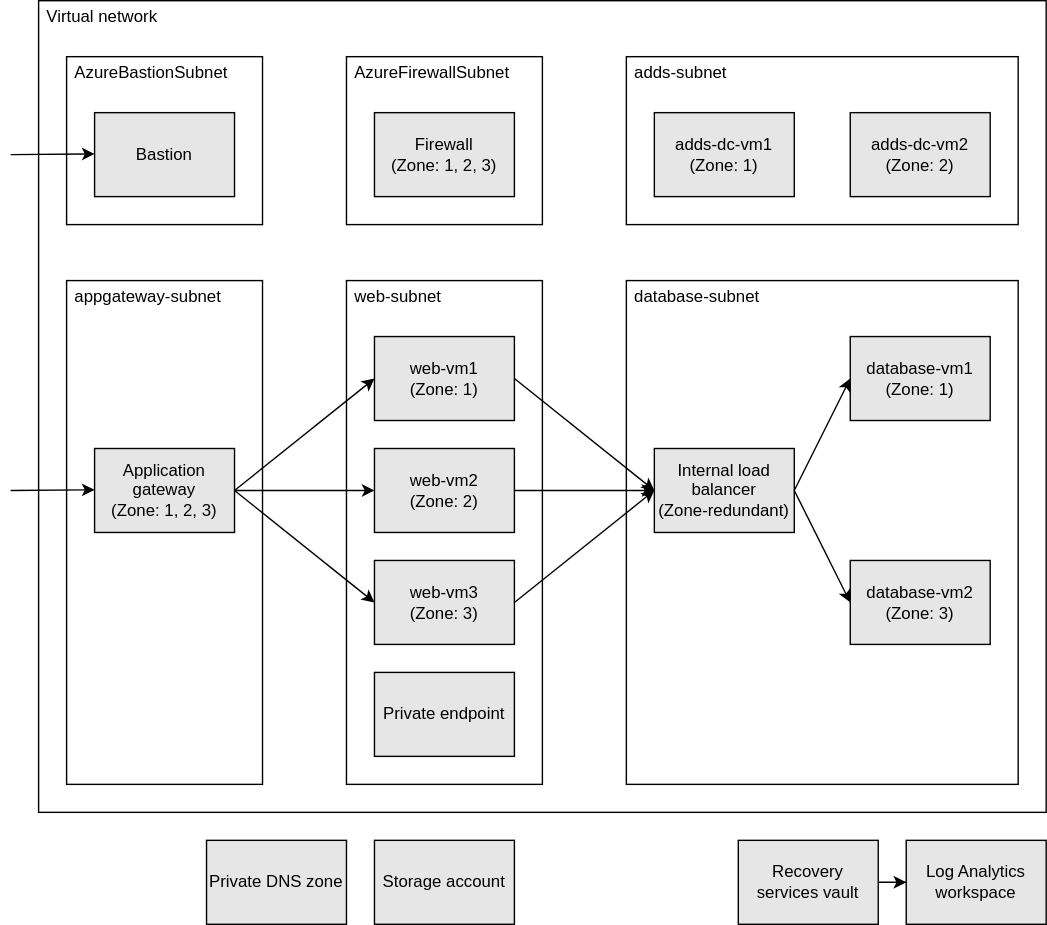
This is arm-templates/Demo-RolePlaying-PoC/architecture.drawio.svg from tksh164/azure-demo-scripts-templates, a draw.io export, as it was before one commit. Source tidied: cells renumbered, new cells last; positions are measured from the earlier drawing's top-left corner, leaving out a move shared by most shapes. Its diagram source:
```xml
<mxGraphModel>
  <root>
    <mxCell id="0" />
    <mxCell id="1" parent="0" />
    <mxCell id="2" value="Virtual network" style="rounded=0;whiteSpace=wrap;html=1;align=left;verticalAlign=top;spacing=0;spacingLeft=6;fillColor=#ffffff;fontColor=#000000;strokeColor=#000000;" parent="1" vertex="1">
      <mxGeometry x="20" width="720" height="580" as="geometry" />
    </mxCell>
    <mxCell id="3" value="adds-subnet" style="rounded=0;whiteSpace=wrap;html=1;align=left;verticalAlign=top;spacing=0;spacingLeft=6;fillColor=none;strokeColor=#000000;fontColor=#000000;" parent="1" vertex="1">
      <mxGeometry x="440" y="40" width="280" height="120" as="geometry" />
    </mxCell>
    <mxCell id="4" value="adds-dc-vm1&lt;br&gt;(Zone: 1)" style="rounded=0;whiteSpace=wrap;html=1;fillColor=#E6E6E6;strokeColor=#000000;fontColor=#000000;" parent="1" vertex="1">
      <mxGeometry x="460" y="80" width="100" height="60" as="geometry" />
    </mxCell>
    <mxCell id="5" value="adds-dc-vm2&lt;br&gt;(Zone: 2)" style="rounded=0;whiteSpace=wrap;html=1;fillColor=#E6E6E6;strokeColor=#000000;fontColor=#000000;" parent="1" vertex="1">
      <mxGeometry x="600" y="80" width="100" height="60" as="geometry" />
    </mxCell>
    <mxCell id="6" value="database-subnet" style="rounded=0;whiteSpace=wrap;html=1;align=left;verticalAlign=top;spacing=0;spacingLeft=6;fillColor=none;strokeColor=#000000;fontColor=#000000;" parent="1" vertex="1">
      <mxGeometry x="440" y="200" width="280" height="360" as="geometry" />
    </mxCell>
    <mxCell id="7" value="database-vm1&lt;br&gt;(Zone: 1)" style="rounded=0;whiteSpace=wrap;html=1;fillColor=#E6E6E6;strokeColor=#000000;fontColor=#000000;" parent="1" vertex="1">
      <mxGeometry x="600" y="240" width="100" height="60" as="geometry" />
    </mxCell>
    <mxCell id="8" value="database-vm2&lt;br&gt;(Zone: 3)" style="rounded=0;whiteSpace=wrap;html=1;fillColor=#E6E6E6;strokeColor=#000000;fontColor=#000000;" parent="1" vertex="1">
      <mxGeometry x="600" y="400" width="100" height="60" as="geometry" />
    </mxCell>
    <mxCell id="9" value="web-subnet" style="rounded=0;whiteSpace=wrap;html=1;align=left;verticalAlign=top;spacing=0;spacingLeft=6;fillColor=none;strokeColor=#000000;fontColor=#000000;" parent="1" vertex="1">
      <mxGeometry x="240" y="200" width="140" height="360" as="geometry" />
    </mxCell>
    <mxCell id="10" value="web-vm1&lt;br&gt;(Zone: 1)" style="rounded=0;whiteSpace=wrap;html=1;fillColor=#E6E6E6;strokeColor=#000000;fontColor=#000000;" parent="1" vertex="1">
      <mxGeometry x="260" y="240" width="100" height="60" as="geometry" />
    </mxCell>
    <mxCell id="11" value="web-vm2&lt;br&gt;(Zone: 2)" style="rounded=0;whiteSpace=wrap;html=1;fillColor=#E6E6E6;strokeColor=#000000;fontColor=#000000;" parent="1" vertex="1">
      <mxGeometry x="260" y="320" width="100" height="60" as="geometry" />
    </mxCell>
    <mxCell id="12" value="web-vm3&lt;br&gt;(Zone: 3)" style="rounded=0;whiteSpace=wrap;html=1;fillColor=#E6E6E6;strokeColor=#000000;fontColor=#000000;" parent="1" vertex="1">
      <mxGeometry x="260" y="400" width="100" height="60" as="geometry" />
    </mxCell>
    <mxCell id="13" value="appgateway-subnet" style="rounded=0;whiteSpace=wrap;html=1;align=left;verticalAlign=top;spacing=0;spacingLeft=6;fillColor=none;strokeColor=#000000;fontColor=#000000;" parent="1" vertex="1">
      <mxGeometry x="40" y="200" width="140" height="360" as="geometry" />
    </mxCell>
    <mxCell id="14" value="AzureFirewallSubnet" style="rounded=0;whiteSpace=wrap;html=1;align=left;verticalAlign=top;spacing=0;spacingLeft=6;fillColor=none;strokeColor=#000000;fontColor=#000000;" parent="1" vertex="1">
      <mxGeometry x="240" y="40" width="140" height="120" as="geometry" />
    </mxCell>
    <mxCell id="15" value="AzureBastionSubnet" style="rounded=0;whiteSpace=wrap;html=1;align=left;verticalAlign=top;spacing=0;spacingLeft=6;fillColor=none;strokeColor=#000000;fontColor=#000000;" parent="1" vertex="1">
      <mxGeometry x="40" y="40" width="140" height="120" as="geometry" />
    </mxCell>
    <mxCell id="16" value="Application gateway&lt;br&gt;(Zone: 1, 2, 3)" style="rounded=0;whiteSpace=wrap;html=1;fillColor=#E6E6E6;strokeColor=#000000;fontColor=#000000;" parent="1" vertex="1">
      <mxGeometry x="60" y="320" width="100" height="60" as="geometry" />
    </mxCell>
    <mxCell id="17" value="Firewall&lt;br&gt;(Zone: 1, 2, 3)" style="rounded=0;whiteSpace=wrap;html=1;fillColor=#E6E6E6;strokeColor=#000000;fontColor=#000000;" parent="1" vertex="1">
      <mxGeometry x="260" y="80" width="100" height="60" as="geometry" />
    </mxCell>
    <mxCell id="18" value="Bastion" style="rounded=0;whiteSpace=wrap;html=1;fillColor=#E6E6E6;strokeColor=#000000;fontColor=#000000;" parent="1" vertex="1">
      <mxGeometry x="60" y="80" width="100" height="60" as="geometry" />
    </mxCell>
    <mxCell id="19" value="Internal load balancer&lt;br&gt;(Zone-redundant)" style="rounded=0;whiteSpace=wrap;html=1;fillColor=#E6E6E6;strokeColor=#000000;fontColor=#000000;" parent="1" vertex="1">
      <mxGeometry x="460" y="320" width="100" height="60" as="geometry" />
    </mxCell>
    <mxCell id="20" value="Private endpoint" style="rounded=0;whiteSpace=wrap;html=1;fillColor=#E6E6E6;strokeColor=#000000;fontColor=#000000;" parent="1" vertex="1">
      <mxGeometry x="260" y="480" width="100" height="60" as="geometry" />
    </mxCell>
    <mxCell id="21" style="endArrow=classic;html=1;fontColor=#000000;entryX=0;entryY=0.5;entryDx=0;entryDy=0;exitX=1;exitY=0.5;exitDx=0;exitDy=0;strokeColor=#000000;" parent="1" edge="1" source="16" target="10">
      <mxGeometry relative="1" as="geometry" />
    </mxCell>
    <mxCell id="22" style="endArrow=classic;html=1;fontColor=#000000;entryX=0;entryY=0.5;entryDx=0;entryDy=0;strokeColor=#000000;" parent="1" edge="1" target="11">
      <mxGeometry relative="1" as="geometry">
        <mxPoint x="160" y="350" as="sourcePoint" />
      </mxGeometry>
    </mxCell>
    <mxCell id="23" style="endArrow=classic;html=1;fontColor=#000000;entryX=0;entryY=0.5;entryDx=0;entryDy=0;exitX=1;exitY=0.5;exitDx=0;exitDy=0;strokeColor=#000000;" parent="1" edge="1" source="16" target="12">
      <mxGeometry relative="1" as="geometry" />
    </mxCell>
    <mxCell id="24" style="endArrow=classic;html=1;fontColor=#000000;entryX=0;entryY=0.5;entryDx=0;entryDy=0;exitX=1;exitY=0.5;exitDx=0;exitDy=0;strokeColor=#000000;" parent="1" edge="1" source="11" target="19">
      <mxGeometry relative="1" as="geometry" />
    </mxCell>
    <mxCell id="25" style="endArrow=classic;html=1;fontColor=#000000;entryX=0;entryY=0.5;entryDx=0;entryDy=0;exitX=1;exitY=0.5;exitDx=0;exitDy=0;strokeColor=#000000;" parent="1" edge="1" source="10" target="19">
      <mxGeometry relative="1" as="geometry" />
    </mxCell>
    <mxCell id="26" style="endArrow=classic;html=1;fontColor=#000000;entryX=0;entryY=0.5;entryDx=0;entryDy=0;exitX=1;exitY=0.5;exitDx=0;exitDy=0;strokeColor=#000000;" parent="1" edge="1" source="12" target="19">
      <mxGeometry relative="1" as="geometry" />
    </mxCell>
    <mxCell id="27" style="endArrow=classic;html=1;fontColor=#000000;entryX=0;entryY=0.5;entryDx=0;entryDy=0;exitX=1;exitY=0.5;exitDx=0;exitDy=0;strokeColor=#000000;" parent="1" edge="1" source="19" target="7">
      <mxGeometry relative="1" as="geometry" />
    </mxCell>
    <mxCell id="28" style="endArrow=classic;html=1;fontColor=#000000;entryX=0;entryY=0.5;entryDx=0;entryDy=0;exitX=1;exitY=0.5;exitDx=0;exitDy=0;strokeColor=#000000;" parent="1" edge="1" source="19" target="8">
      <mxGeometry relative="1" as="geometry" />
    </mxCell>
    <mxCell id="29" value="Storage account" style="rounded=0;whiteSpace=wrap;html=1;fillColor=#E6E6E6;strokeColor=#000000;fontColor=#000000;" parent="1" vertex="1">
      <mxGeometry x="260" y="600" width="100" height="60" as="geometry" />
    </mxCell>
    <mxCell id="30" value="Private DNS zone" style="rounded=0;whiteSpace=wrap;html=1;fillColor=#E6E6E6;strokeColor=#000000;fontColor=#000000;" parent="1" vertex="1">
      <mxGeometry x="140" y="600" width="100" height="60" as="geometry" />
    </mxCell>
    <mxCell id="31" value="Log Analytics workspace" style="rounded=0;whiteSpace=wrap;html=1;fillColor=#E6E6E6;strokeColor=#000000;fontColor=#000000;" parent="1" vertex="1">
      <mxGeometry x="640" y="600" width="100" height="60" as="geometry" />
    </mxCell>
    <mxCell id="32" style="edgeStyle=orthogonalEdgeStyle;rounded=0;jettySize=auto;html=1;strokeColor=#000000;fontColor=#000000;" parent="1" edge="1" source="33" target="31">
      <mxGeometry relative="1" as="geometry" />
    </mxCell>
    <mxCell id="33" value="Recovery &lt;br&gt;services vault" style="rounded=0;whiteSpace=wrap;html=1;fillColor=#E6E6E6;strokeColor=#000000;fontColor=#000000;" parent="1" vertex="1">
      <mxGeometry x="520" y="600" width="100" height="60" as="geometry" />
    </mxCell>
    <mxCell id="34" style="endArrow=classic;html=1;fontColor=#000000;entryX=0;entryY=0.5;entryDx=0;entryDy=0;strokeColor=#000000;" parent="1" edge="1">
      <mxGeometry relative="1" as="geometry">
        <mxPoint y="350" as="sourcePoint" />
        <mxPoint x="60" y="349.5" as="targetPoint" />
      </mxGeometry>
    </mxCell>
    <mxCell id="35" style="endArrow=classic;html=1;fontColor=#000000;entryX=0;entryY=0.5;entryDx=0;entryDy=0;strokeColor=#000000;" parent="1" edge="1">
      <mxGeometry relative="1" as="geometry">
        <mxPoint y="110" as="sourcePoint" />
        <mxPoint x="60" y="109.5" as="targetPoint" />
      </mxGeometry>
    </mxCell>
  </root>
</mxGraphModel>
```
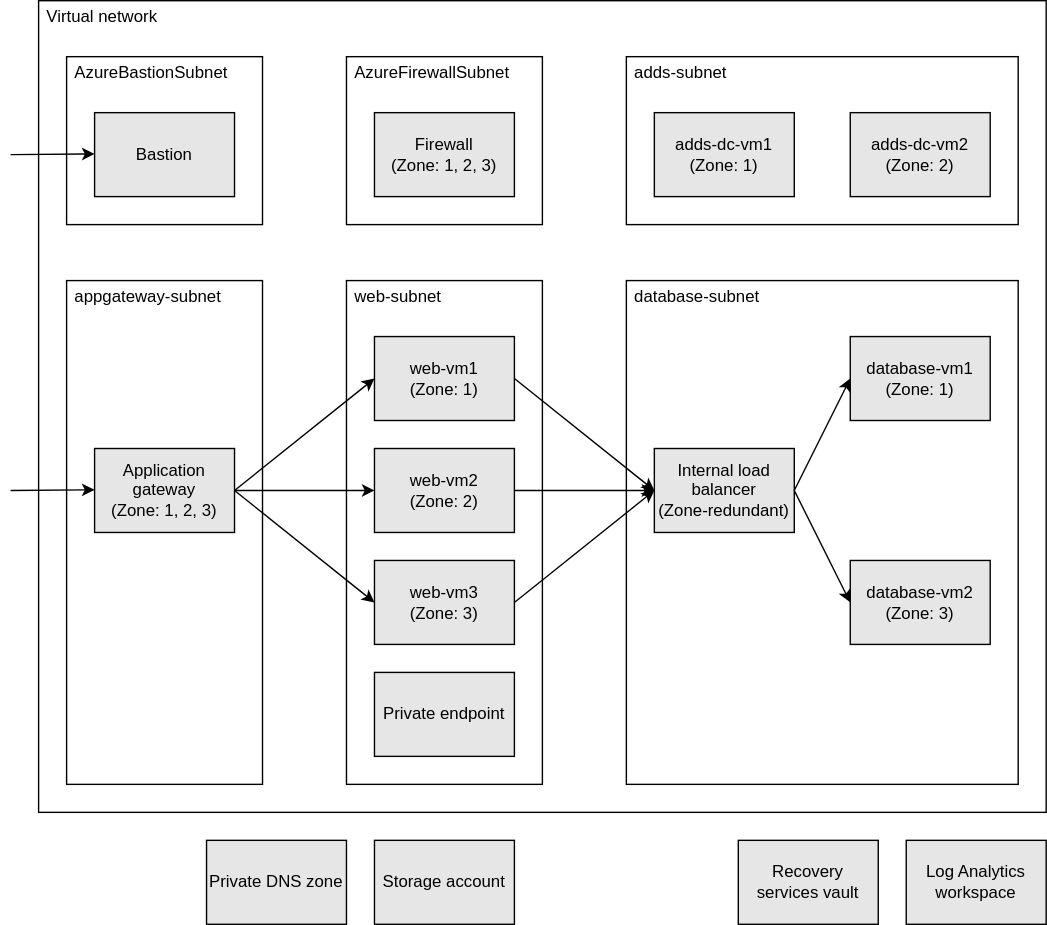
Above is the later version.

What changed in the source:
```diff
@@ -94,9 +94,6 @@
     <mxCell id="31" value="Log Analytics workspace" style="rounded=0;whiteSpace=wrap;html=1;fillColor=#E6E6E6;strokeColor=#000000;fontColor=#000000;" parent="1" vertex="1">
       <mxGeometry x="640" y="600" width="100" height="60" as="geometry" />
     </mxCell>
-    <mxCell id="32" style="edgeStyle=orthogonalEdgeStyle;rounded=0;jettySize=auto;html=1;strokeColor=#000000;fontColor=#000000;" parent="1" edge="1" source="33" target="31">
-      <mxGeometry relative="1" as="geometry" />
-    </mxCell>
     <mxCell id="33" value="Recovery &lt;br&gt;services vault" style="rounded=0;whiteSpace=wrap;html=1;fillColor=#E6E6E6;strokeColor=#000000;fontColor=#000000;" parent="1" vertex="1">
       <mxGeometry x="520" y="600" width="100" height="60" as="geometry" />
     </mxCell>
```
